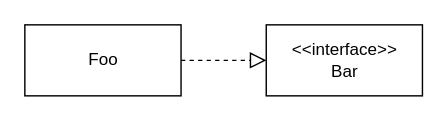
Before: page "Realisierung" (4 of 8) of assets/img/uml/uml_elements.drawio in chgroeling/chgroeling.github.io, a draw.io diagram. Source tidied: cells renumbered, new cells numbered last; positions are measured from the earlier drawing's top-left corner, leaving out a move shared by most shapes. Both pictures are drawn from the tidied source at 142%, with x=0, y=0 at pixel (24, 24).
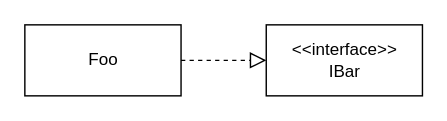
The same page after the edit.

The edit, as a diff of the source:
```diff
@@
 <mxGraphModel>
   <root>
     <mxCell id="0" />
     <mxCell id="1" parent="0" />
     <mxCell id="2" value="Foo" style="html=1;" parent="1" vertex="1">
       <mxGeometry width="110" height="50" as="geometry" />
     </mxCell>
-    <mxCell id="3" value="&amp;lt;&amp;lt;interface&amp;gt;&amp;gt;&lt;br&gt;Bar" style="html=1;" parent="1" vertex="1">
+    <mxCell id="3" value="&amp;lt;&amp;lt;interface&amp;gt;&amp;gt;&lt;br&gt;IBar" style="html=1;" parent="1" vertex="1">
       <mxGeometry x="170" width="110" height="50" as="geometry" />
     </mxCell>
     <mxCell id="4" style="endArrow=block;html=1;rounded=0;entryX=0;entryY=0.5;entryDx=0;entryDy=0;exitX=1;exitY=0.5;exitDx=0;exitDy=0;endFill=0;strokeWidth=1;endSize=9;dashed=1;" parent="1" edge="1" source="2" target="3">
       <mxGeometry relative="1" as="geometry" />
     </mxCell>
   </root>
 </mxGraphModel>
```
